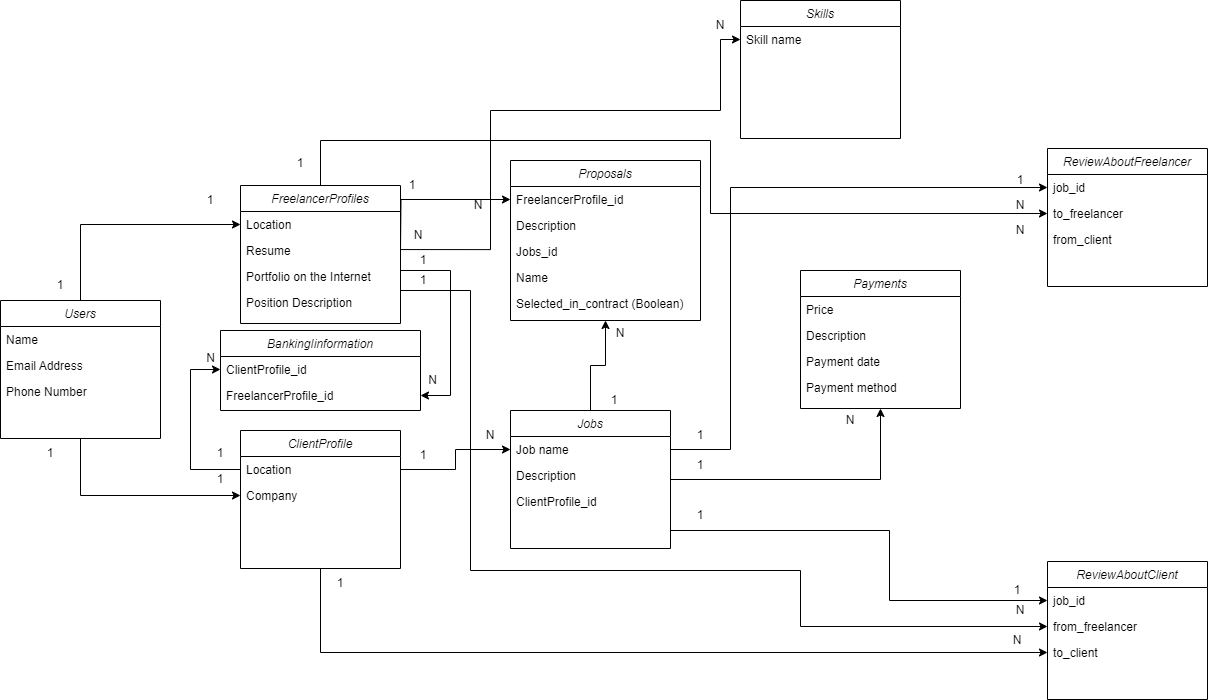
The draw.io diagram docs/db_schema.drawio.png in Yepavlov/Freelance_platform, before a commit. Source tidied: cells renumbered, new cells last; positions are measured from the earlier drawing's top-left corner, leaving out a move shared by most shapes.
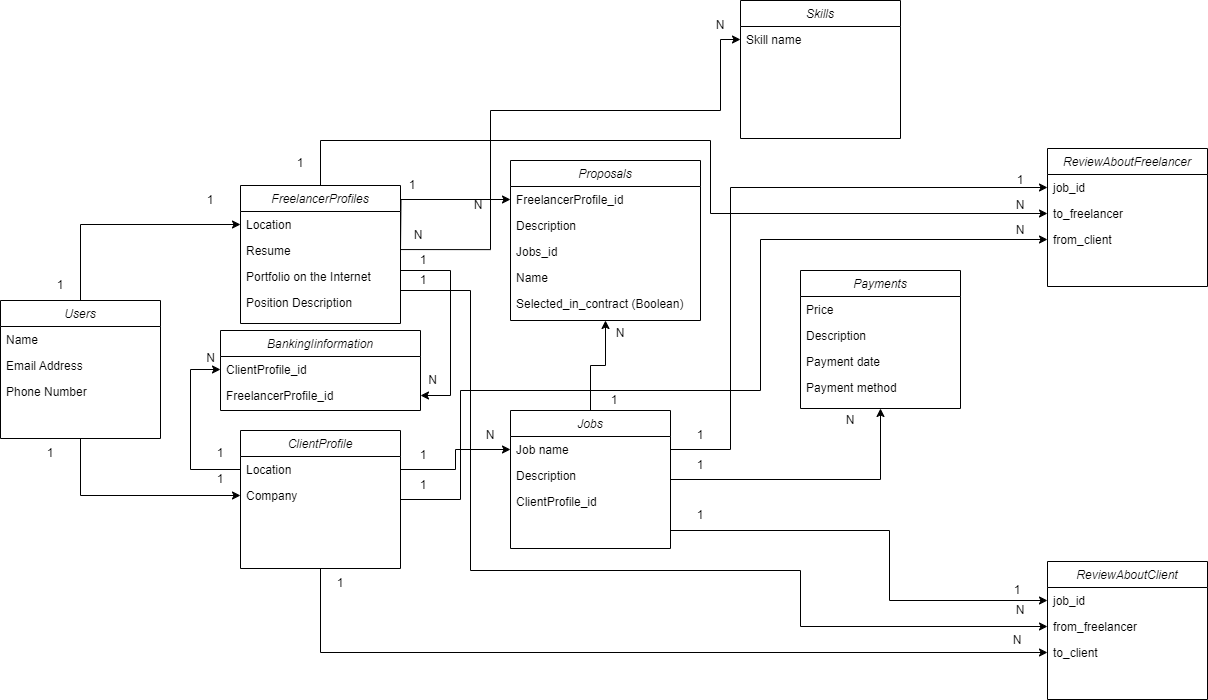
The same diagram one commit later.

Diff of the diagram source:
```diff
@@ -59,6 +59,16 @@
         </Array>
       </mxGeometry>
     </mxCell>
+    <mxCell id="85" style="edgeStyle=orthogonalEdgeStyle;rounded=0;jettySize=auto;html=1;" parent="1" edge="1" source="12" target="39">
+      <mxGeometry relative="1" as="geometry">
+        <Array as="points">
+          <mxPoint x="460" y="499" />
+          <mxPoint x="460" y="390" />
+          <mxPoint x="760" y="390" />
+          <mxPoint x="760" y="239" />
+        </Array>
+      </mxGeometry>
+    </mxCell>
     <mxCell id="12" value="ClientProfile" style="swimlane;fontStyle=2;align=center;verticalAlign=top;horizontal=1;startSize=26;rounded=0;shadow=0;strokeWidth=1;" parent="1" vertex="1">
       <mxGeometry x="240" y="430" width="160" height="138" as="geometry" />
     </mxCell>
@@ -300,5 +310,8 @@
     <mxCell id="84" value="1" style="text;html=1;align=center;verticalAlign=middle;whiteSpace=wrap;rounded=0;" parent="1" vertex="1">
       <mxGeometry x="392.5" y="250" width="60" height="20" as="geometry" />
     </mxCell>
+    <mxCell id="86" value="1" style="text;html=1;align=center;verticalAlign=middle;whiteSpace=wrap;rounded=0;" parent="1" vertex="1">
+      <mxGeometry x="392.5" y="470" width="60" height="30" as="geometry" />
+    </mxCell>
   </root>
 </mxGraphModel>
```
